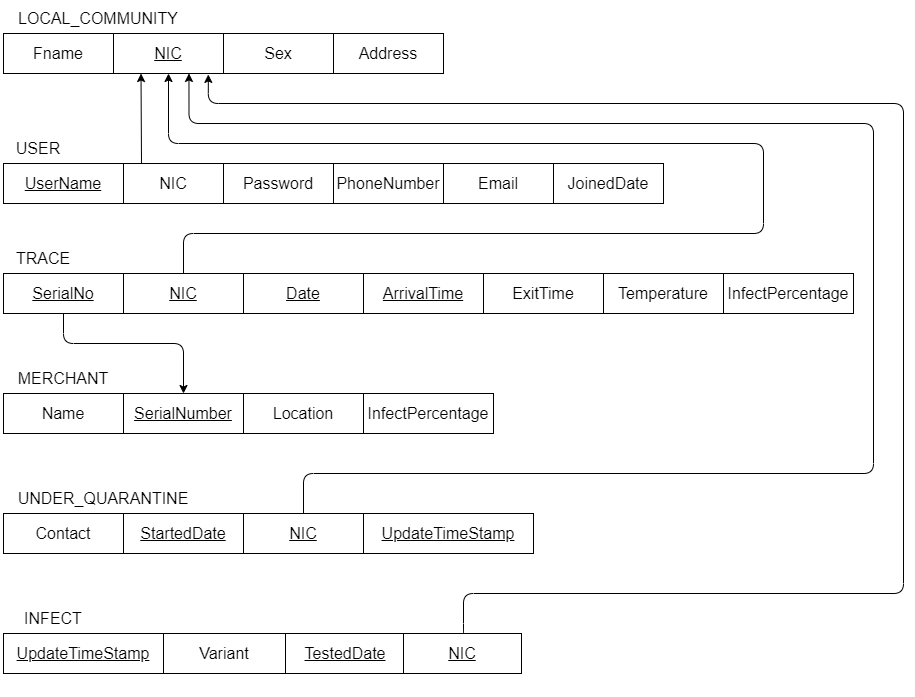
Earlier version of the draw.io export Database system/Logical Schema-System.png (cepdnaclk/e17-3yp-Covid-Tracer). Source tidied: cells renumbered, new cells last; positions are measured from the earlier drawing's top-left corner, leaving out a move shared by most shapes.
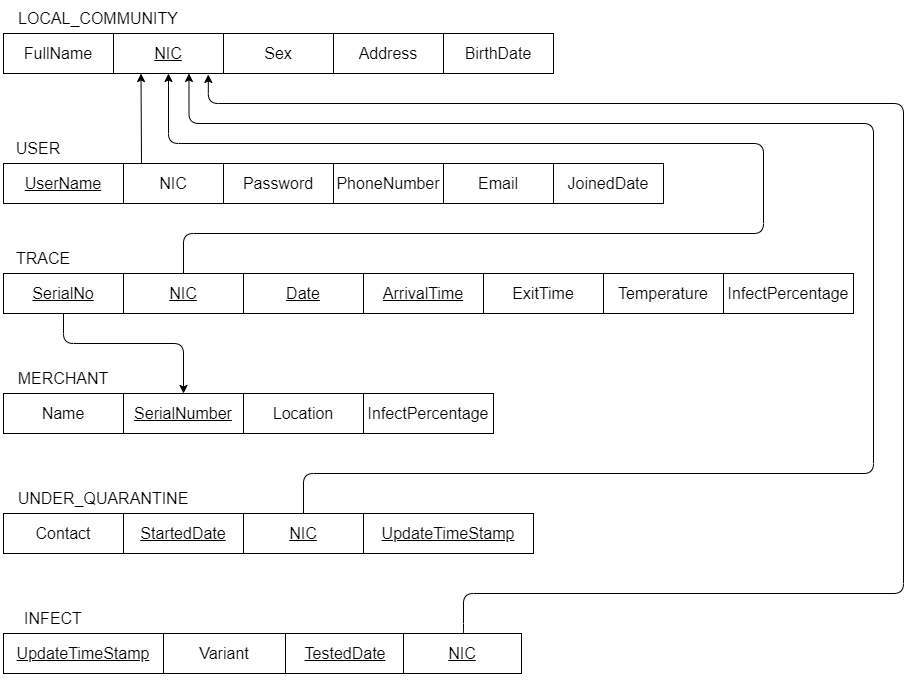
The same file after the commit.

Diff of the diagram source:
```diff
@@ -5,18 +5,24 @@
     <mxCell id="2" style="group;" parent="1" vertex="1">
       <mxGeometry x="40" y="30" width="670" height="40" as="geometry" />
     </mxCell>
+    <mxCell id="55" style="group;" parent="2" vertex="1">
+      <mxGeometry width="550" height="40" as="geometry" />
+    </mxCell>
-    <mxCell id="3" value="&lt;font size=&quot;3&quot;&gt;Fname&lt;/font&gt;" style="rounded=0;whiteSpace=wrap;html=1;fillColor=#FFFFFF;" parent="2" vertex="1">
+    <mxCell id="3" value="&lt;font size=&quot;3&quot;&gt;FullName&lt;/font&gt;" style="rounded=0;whiteSpace=wrap;html=1;fillColor=#FFFFFF;" parent="55" vertex="1">
       <mxGeometry width="110" height="40" as="geometry" />
     </mxCell>
-    <mxCell id="4" value="&lt;font size=&quot;3&quot;&gt;&lt;u&gt;NIC&lt;/u&gt;&lt;/font&gt;" style="rounded=0;whiteSpace=wrap;html=1;fillColor=#FFFFFF;" parent="2" vertex="1">
+    <mxCell id="4" value="&lt;font size=&quot;3&quot;&gt;&lt;u&gt;NIC&lt;/u&gt;&lt;/font&gt;" style="rounded=0;whiteSpace=wrap;html=1;fillColor=#FFFFFF;" parent="55" vertex="1">
       <mxGeometry x="110" width="110" height="40" as="geometry" />
     </mxCell>
-    <mxCell id="5" value="&lt;font size=&quot;3&quot;&gt;Sex&lt;/font&gt;" style="rounded=0;whiteSpace=wrap;html=1;fillColor=#FFFFFF;" parent="2" vertex="1">
+    <mxCell id="5" value="&lt;font size=&quot;3&quot;&gt;Sex&lt;/font&gt;" style="rounded=0;whiteSpace=wrap;html=1;fillColor=#FFFFFF;" parent="55" vertex="1">
       <mxGeometry x="220" width="110" height="40" as="geometry" />
     </mxCell>
-    <mxCell id="6" value="&lt;font size=&quot;3&quot;&gt;Address&lt;/font&gt;" style="rounded=0;whiteSpace=wrap;html=1;fillColor=#FFFFFF;" parent="2" vertex="1">
+    <mxCell id="6" value="&lt;font size=&quot;3&quot;&gt;Address&lt;/font&gt;" style="rounded=0;whiteSpace=wrap;html=1;fillColor=#FFFFFF;" parent="55" vertex="1">
       <mxGeometry x="330" width="110" height="40" as="geometry" />
     </mxCell>
+    <mxCell id="56" value="&lt;font size=&quot;3&quot;&gt;BirthDate&lt;/font&gt;" style="rounded=0;whiteSpace=wrap;html=1;fillColor=#FFFFFF;" parent="55" vertex="1">
+      <mxGeometry x="440" width="110" height="40" as="geometry" />
+    </mxCell>
     <mxCell id="7" value="&lt;font style=&quot;font-size: 16px&quot;&gt;LOCAL_COMMUNITY&lt;/font&gt;" style="text;html=1;strokeColor=none;fillColor=none;align=center;verticalAlign=middle;whiteSpace=wrap;rounded=0;" parent="1" vertex="1">
       <mxGeometry x="40" width="190" height="30" as="geometry" />
     </mxCell>
```
